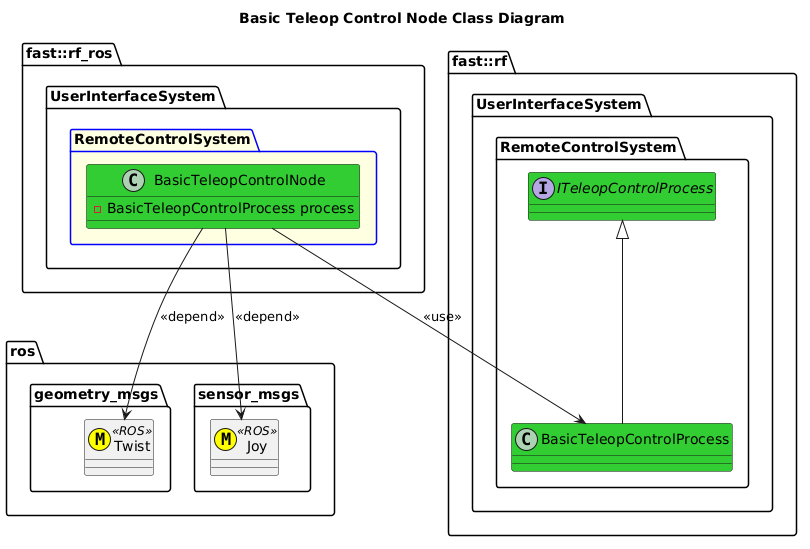
This is Systems/UserInterface/Subsystems/RemoteControl/Nodes/TeleopControl/BasicTeleopControlNode/doc/puml/BasicTeleopControlNodeClassDiagram.png from fastrobotics/robot_framework_ros, a PlantUML export, as it was before one commit.
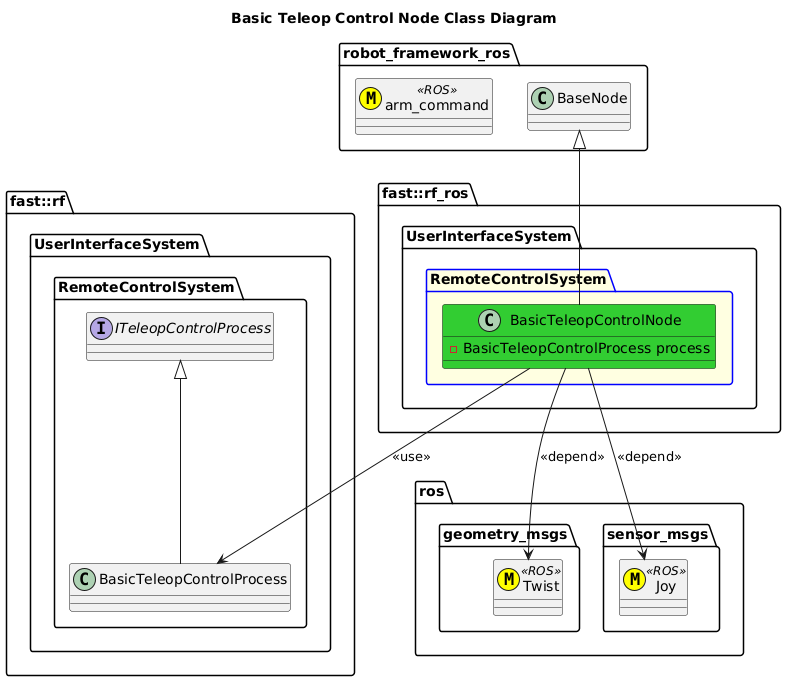
After the change.

Change to the diagram source:
```diff
@@ -9,11 +9,15 @@
     class Joy <<(M,#FFFF00)>> <<ROS>>
   }
 }
+namespace robot_framework_ros {
+    class BaseNode
+    class arm_command <<(M,#FFFF00)>> <<ROS>>
+}
 namespace fast::rf {
     namespace UserInterfaceSystem {
         namespace RemoteControlSystem {
-            interface ITeleopControlProcess #LimeGreen {}
-            class BasicTeleopControlProcess #LimeGreen {}
+            interface ITeleopControlProcess
+            class BasicTeleopControlProcess
             BasicTeleopControlProcess -up-|> ITeleopControlProcess
         }
     }
@@ -24,6 +28,7 @@
             class BasicTeleopControlNode #LimeGreen {
                 -BasicTeleopControlProcess process
             }
+            BasicTeleopControlNode -up-|> BaseNode
             BasicTeleopControlNode --> BasicTeleopControlProcess: <<use>>
             BasicTeleopControlNode --> Twist: <<depend>>
             BasicTeleopControlNode --> Joy: <<depend>>
```
